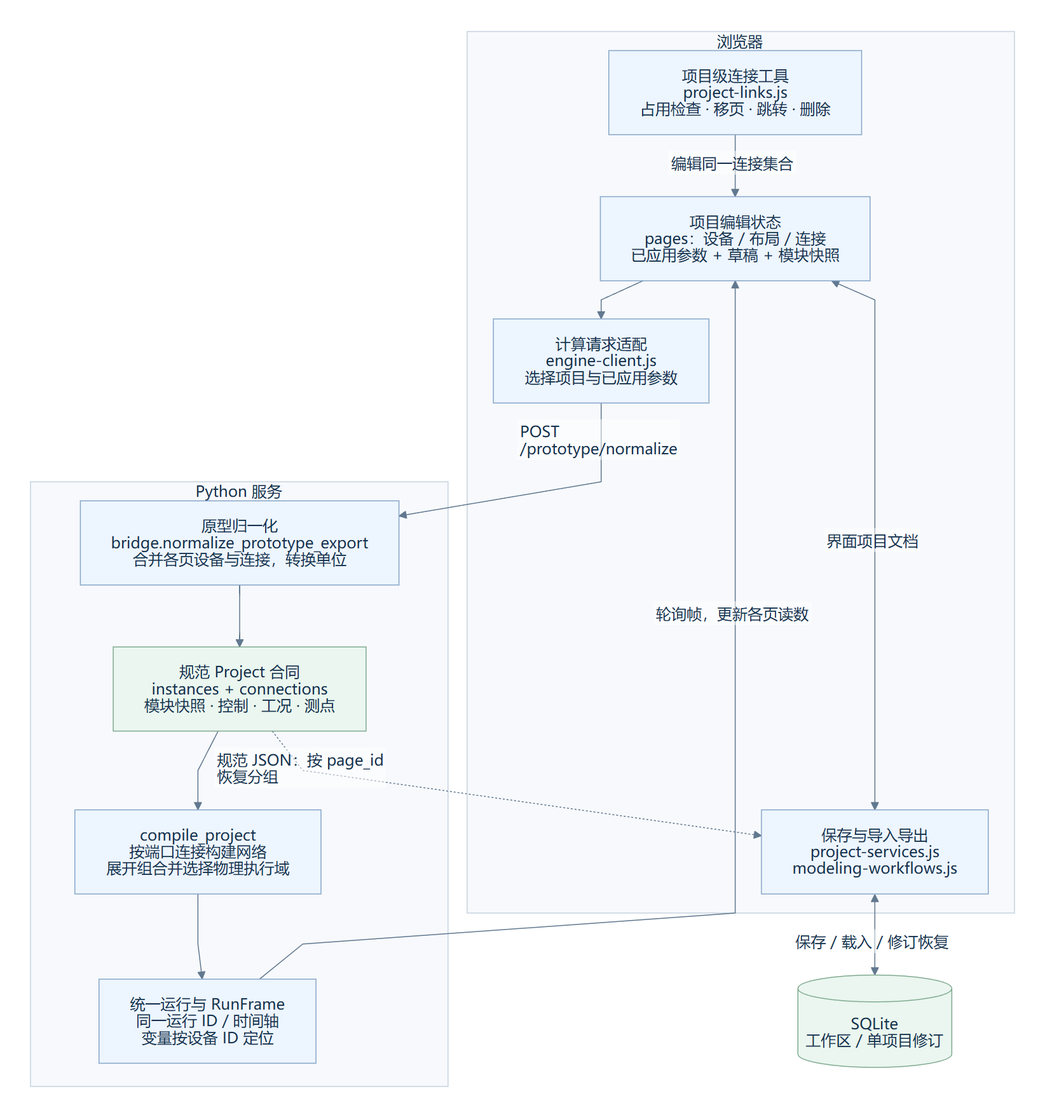
Above: fluidnet-prototype-engine/docs/diagrams/architecture-project-model.png in kongbaifan/fluidnet (Mermaid), before the change. Its source is kept beside it as fluidnet-prototype-engine/docs/diagrams/architecture-project-model.mmd.
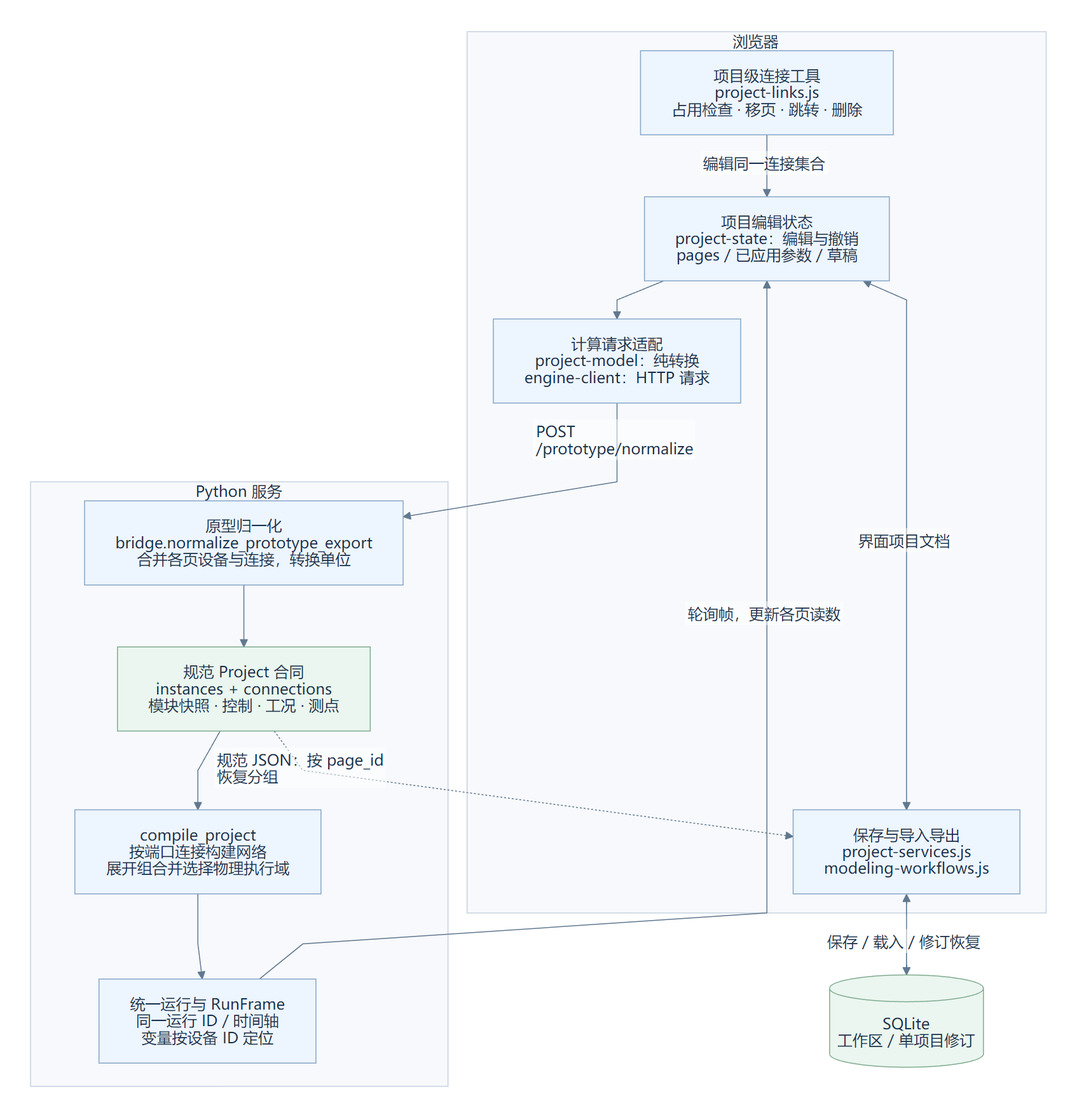
Later version of the same file.

Change to the diagram source:
```diff
@@ -1,8 +1,8 @@
 flowchart TB
   subgraph BROWSER["浏览器"]
-    STATE["项目编辑状态<br/>pages：设备 / 布局 / 连接<br/>已应用参数 + 草稿 + 模块快照"]
+    STATE["项目编辑状态<br/>project-state：编辑与撤销<br/>pages / 已应用参数 / 草稿"]
     LINKS["项目级连接工具<br/>project-links.js<br/>占用检查 · 移页 · 跳转 · 删除"]
-    ADAPTER["计算请求适配<br/>engine-client.js<br/>选择项目与已应用参数"]
+    ADAPTER["计算请求适配<br/>project-model：纯转换<br/>engine-client：HTTP 请求"]
     SAVE["保存与导入导出<br/>project-services.js<br/>modeling-workflows.js"]
     LINKS -->|编辑同一连接集合| STATE
     STATE --> ADAPTER
```
